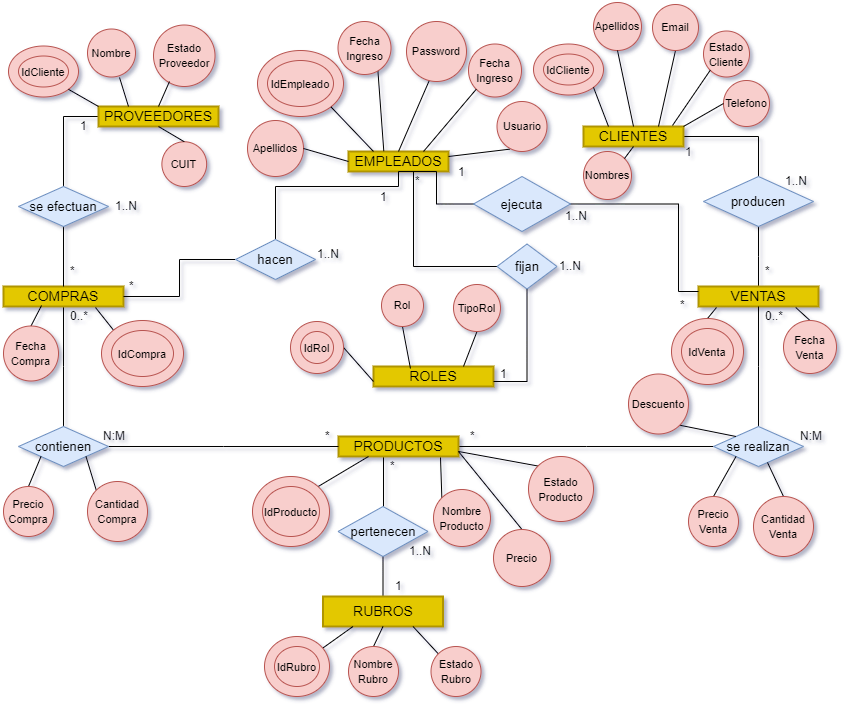
jgromerou/CursoSql keeps this draw.io diagram as EntidadRelacion CompraVenta productos computacion/EntidadRelacion_compraventa_ProductosComputacion.drawio.png. Above is the earlier version. Source tidied: cells renumbered, new cells last; positions are measured from the earlier drawing's top-left corner, leaving out a move shared by most shapes.
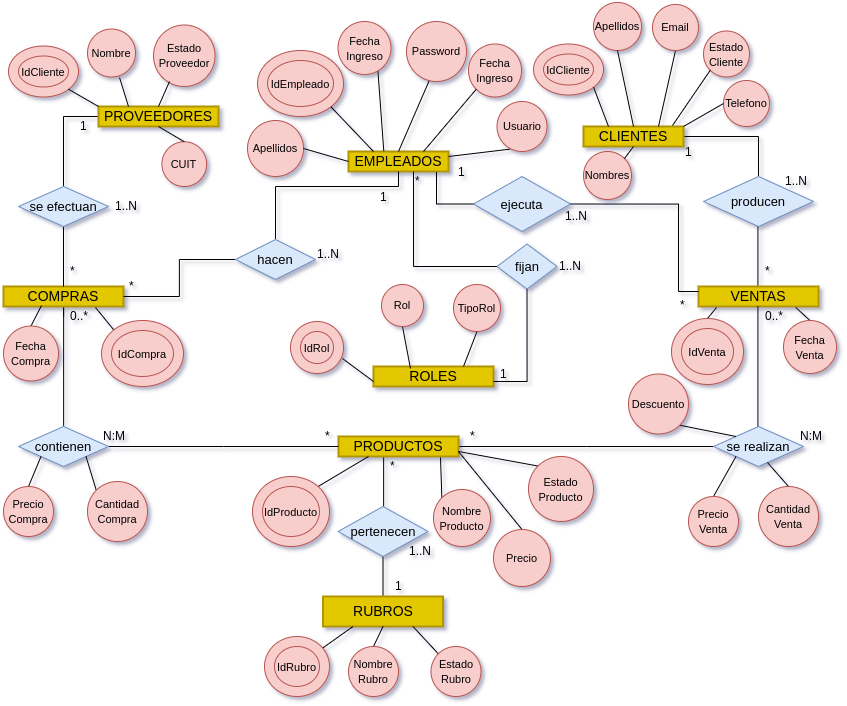
After the commit.

Change to the diagram source:
```diff
@@ -111,8 +111,12 @@
         </Array>
       </mxGeometry>
     </mxCell>
-    <mxCell id="31" style="edgeStyle=elbowEdgeStyle;rounded=0;jettySize=auto;html=1;endArrow=none;endFill=0;entryX=0.5;entryY=1;entryDx=0;entryDy=0;exitX=0;exitY=0.5;exitDx=0;exitDy=0;" parent="1" edge="1" source="129" target="4">
-      <mxGeometry relative="1" as="geometry" />
+    <mxCell id="31" style="edgeStyle=elbowEdgeStyle;rounded=0;jettySize=auto;html=1;endArrow=none;endFill=0;entryX=1.171;entryY=0.022;entryDx=0;entryDy=0;exitX=0;exitY=0.5;exitDx=0;exitDy=0;entryPerimeter=0;" parent="1" edge="1" source="129" target="127">
+      <mxGeometry relative="1" as="geometry">
+        <Array as="points">
+          <mxPoint x="433" y="184" />
+        </Array>
+      </mxGeometry>
     </mxCell>
     <mxCell id="32" value="ROLES" style="strokeWidth=2;whiteSpace=wrap;html=1;align=center;fontSize=14;fillColor=#e3c800;fontColor=#000000;strokeColor=#B09500;" parent="1" vertex="1">
       <mxGeometry x="370" y="364" width="120" height="20" as="geometry" />
@@ -248,7 +252,7 @@
       <mxGeometry relative="1" as="geometry" />
     </mxCell>
     <mxCell id="75" value="&lt;font style=&quot;font-size: 11px&quot;&gt;Cantidad&lt;br&gt;Venta&lt;/font&gt;" style="ellipse;whiteSpace=wrap;html=1;fillColor=#f8cecc;strokeColor=#b85450;" parent="1" vertex="1">
-      <mxGeometry x="750" y="494" width="60" height="60" as="geometry" />
+      <mxGeometry x="755" y="484" width="60" height="60" as="geometry" />
     </mxCell>
     <mxCell id="76" style="rounded=0;jettySize=auto;html=1;exitX=0.5;exitY=0;exitDx=0;exitDy=0;entryX=0.317;entryY=0.95;entryDx=0;entryDy=0;entryPerimeter=0;endArrow=none;endFill=0;" parent="1" edge="1" source="77" target="11">
       <mxGeometry relative="1" as="geometry" />
@@ -277,7 +281,7 @@
     <mxCell id="84" value="1" style="text;html=1;align=left;verticalAlign=top;spacingTop=-4;" parent="1" vertex="1">
       <mxGeometry x="375" y="185" width="20" height="20" as="geometry" />
     </mxCell>
-    <mxCell id="85" style="edgeStyle=none;rounded=0;jettySize=auto;html=1;exitX=1;exitY=0.5;exitDx=0;exitDy=0;entryX=0;entryY=0.75;entryDx=0;entryDy=0;endArrow=none;endFill=0;" parent="1" edge="1" source="86" target="32">
+    <mxCell id="85" style="edgeStyle=none;rounded=0;jettySize=auto;html=1;exitX=0.981;exitY=0.712;exitDx=0;exitDy=0;entryX=0;entryY=0.75;entryDx=0;entryDy=0;endArrow=none;endFill=0;exitPerimeter=0;" parent="1" edge="1" source="86" target="32">
       <mxGeometry relative="1" as="geometry" />
     </mxCell>
     <mxCell id="86" value="&lt;font style=&quot;font-size: 11px&quot;&gt;IdRol&lt;/font&gt;" style="ellipse;shape=doubleEllipse;margin=10;strokeWidth=1;fontSize=14;whiteSpace=wrap;html=1;align=center;fillColor=#f8cecc;strokeColor=#b85450;" parent="1" vertex="1">
```
